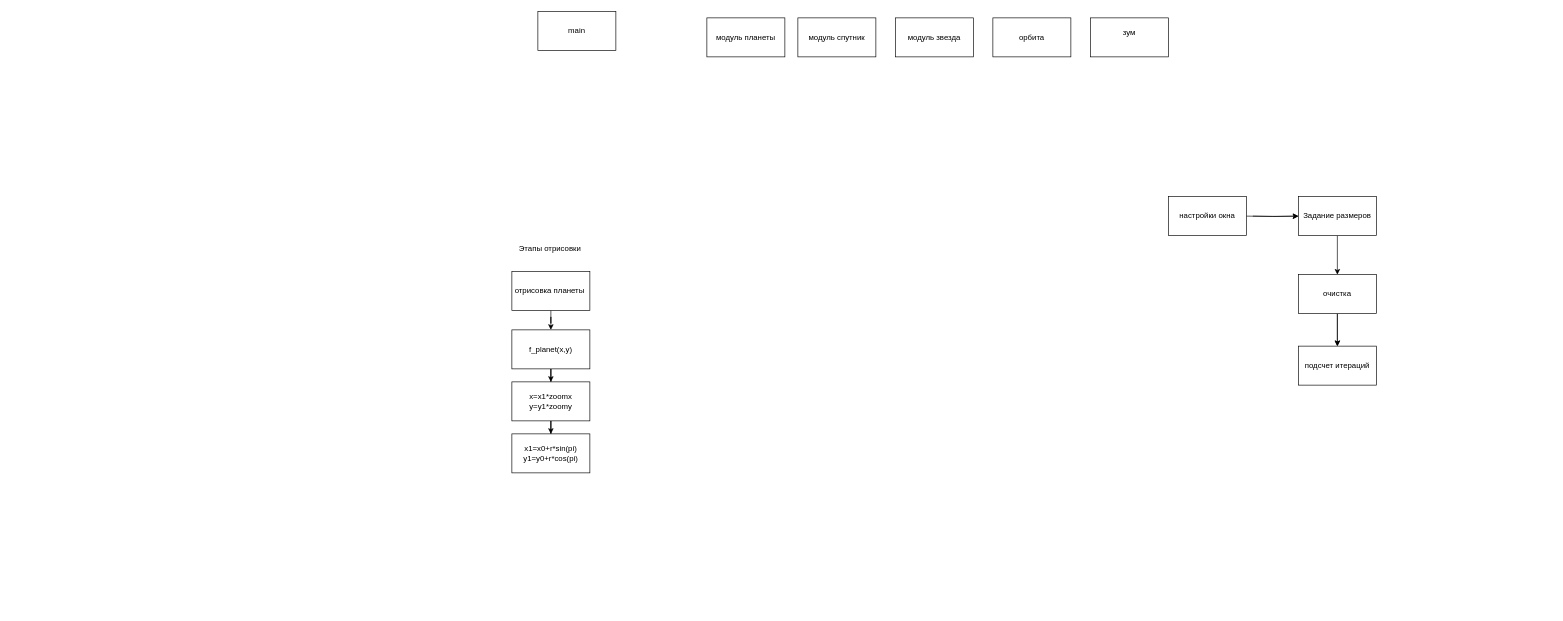
Janusz-Alexey/Draw_io keeps this draw.io diagram as pas_new.drawio. Above is the earlier version. Source tidied: cells renumbered, new cells numbered last; positions are measured from the earlier drawing's top-left corner, leaving out a move shared by most shapes. Both pictures are drawn from the tidied source at 65%, with x=0, y=0 at pixel (512, 11).
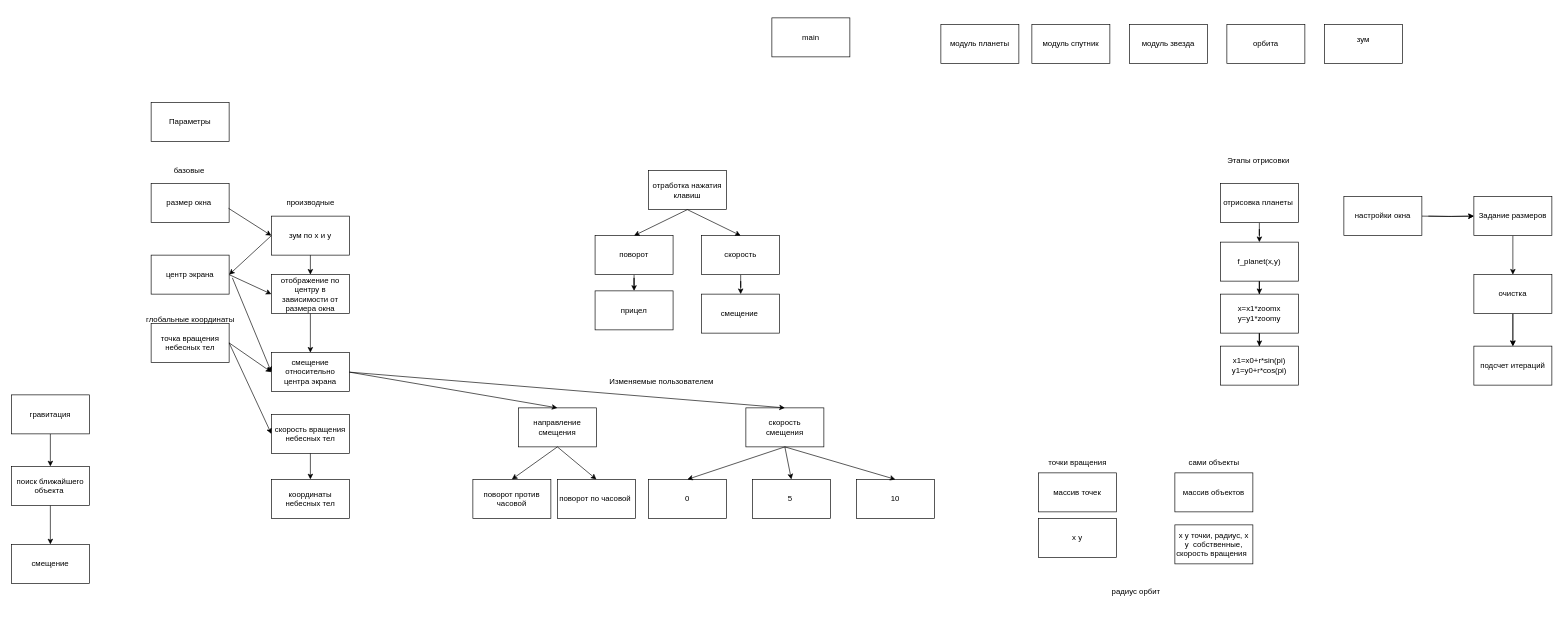
Above is the later version.

Diff of the diagram source:
```diff
@@
     <mxCell id="2" value="main" style="whiteSpace=wrap;html=1;" parent="1" vertex="1">
-      <mxGeometry x="40" width="120" height="60" as="geometry" />
+      <mxGeometry x="400" y="10" width="120" height="60" as="geometry" />
     </mxCell>
     <mxCell id="3" value="модуль планеты" style="whiteSpace=wrap;html=1;" parent="1" vertex="1">
-      <mxGeometry x="300" y="10" width="120" height="60" as="geometry" />
+      <mxGeometry x="660" y="20" width="120" height="60" as="geometry" />
     </mxCell>
     <mxCell id="4" value="модуль спутник" style="whiteSpace=wrap;html=1;" parent="1" vertex="1">
-      <mxGeometry x="440" y="10" width="120" height="60" as="geometry" />
+      <mxGeometry x="800" y="20" width="120" height="60" as="geometry" />
     </mxCell>
     <mxCell id="5" value="модуль звезда" style="whiteSpace=wrap;html=1;" parent="1" vertex="1">
-      <mxGeometry x="590" y="10" width="120" height="60" as="geometry" />
+      <mxGeometry x="950" y="20" width="120" height="60" as="geometry" />
     </mxCell>
     <mxCell id="6" value="орбита" style="whiteSpace=wrap;html=1;" parent="1" vertex="1">
-      <mxGeometry x="740" y="10" width="120" height="60" as="geometry" />
+      <mxGeometry x="1100" y="20" width="120" height="60" as="geometry" />
     </mxCell>
     <mxCell id="7" style="edgeStyle=orthogonalEdgeStyle;rounded=0;jettySize=auto;html=1;" parent="1" edge="1" target="23">
       <mxGeometry relative="1" as="geometry">
-        <mxPoint x="1140" y="315" as="sourcePoint" />
+        <mxPoint x="1410" y="315" as="sourcePoint" />
       </mxGeometry>
     </mxCell>
     <mxCell id="8" style="edgeStyle=orthogonalEdgeStyle;rounded=0;jettySize=auto;html=1;" parent="1" edge="1" target="23">
       <mxGeometry relative="1" as="geometry">
-        <mxPoint x="1130" y="315" as="sourcePoint" />
+        <mxPoint x="1400" y="315" as="sourcePoint" />
       </mxGeometry>
     </mxCell>
     <mxCell id="9" value="настройки окна" style="whiteSpace=wrap;html=1;" parent="1" vertex="1">
-      <mxGeometry x="1010" y="285" width="120" height="60" as="geometry" />
+      <mxGeometry x="1280" y="285" width="120" height="60" as="geometry" />
     </mxCell>
@@
     <mxCell id="12" value="очистка" style="whiteSpace=wrap;html=1;" parent="1" vertex="1">
-      <mxGeometry x="1210" y="405" width="120" height="60" as="geometry" />
+      <mxGeometry x="1480" y="405" width="120" height="60" as="geometry" />
     </mxCell>
     <mxCell id="13" value="зум&lt;div&gt;&lt;br&gt;&lt;/div&gt;" style="whiteSpace=wrap;html=1;" parent="1" vertex="1">
-      <mxGeometry x="890" y="10" width="120" height="60" as="geometry" />
+      <mxGeometry x="1250" y="20" width="120" height="60" as="geometry" />
     </mxCell>
@@
     <mxCell id="15" value="отрисовка планеты&amp;nbsp;" style="whiteSpace=wrap;html=1;" parent="1" vertex="1">
-      <mxGeometry y="400" width="120" height="60" as="geometry" />
+      <mxGeometry x="1090" y="265" width="120" height="60" as="geometry" />
     </mxCell>
@@
     <mxCell id="17" value="f_planet(x,y)" style="whiteSpace=wrap;html=1;" parent="1" vertex="1">
-      <mxGeometry y="490" width="120" height="60" as="geometry" />
+      <mxGeometry x="1090" y="355" width="120" height="60" as="geometry" />
     </mxCell>
@@
     <mxCell id="19" value="x=x1*zoomx&lt;br&gt;y=y1*zoomy" style="whiteSpace=wrap;html=1;" parent="1" vertex="1">
-      <mxGeometry y="570" width="120" height="60" as="geometry" />
+      <mxGeometry x="1090" y="435" width="120" height="60" as="geometry" />
     </mxCell>
     <mxCell id="20" value="x1=x0+r*sin(pi)&lt;br&gt;y1=y0+r*cos(pi)" style="whiteSpace=wrap;html=1;" parent="1" vertex="1">
-      <mxGeometry y="650" width="120" height="60" as="geometry" />
+      <mxGeometry x="1090" y="515" width="120" height="60" as="geometry" />
     </mxCell>
     <mxCell id="21" value="Этапы отрисовки&amp;nbsp;" style="text;html=1;align=center;verticalAlign=middle;strokeColor=none;fillColor=none;" parent="1" vertex="1">
-      <mxGeometry y="350" width="120" height="30" as="geometry" />
+      <mxGeometry x="1090" y="215" width="120" height="30" as="geometry" />
     </mxCell>
@@
     <mxCell id="23" value="Задание размеров" style="whiteSpace=wrap;html=1;" parent="1" vertex="1">
-      <mxGeometry x="1210" y="285" width="120" height="60" as="geometry" />
+      <mxGeometry x="1480" y="285" width="120" height="60" as="geometry" />
     </mxCell>
     <mxCell id="24" value="подсчет итераций" style="whiteSpace=wrap;html=1;strokeColor=light-dark(#000000,#990000);" parent="1" vertex="1">
-      <mxGeometry x="1210" y="515" width="120" height="60" as="geometry" />
+      <mxGeometry x="1480" y="515" width="120" height="60" as="geometry" />
     </mxCell>
+    <mxCell id="25" value="Параметры" style="whiteSpace=wrap;html=1;" parent="1" vertex="1">
+      <mxGeometry x="-555" y="140" width="120" height="60" as="geometry" />
+    </mxCell>
+    <mxCell id="26" value="размер окна&amp;nbsp;" style="whiteSpace=wrap;html=1;" parent="1" vertex="1">
+      <mxGeometry x="-555" y="265" width="120" height="60" as="geometry" />
+    </mxCell>
+    <mxCell id="27" value="зум по х и у" style="whiteSpace=wrap;html=1;" parent="1" vertex="1">
+      <mxGeometry x="-370" y="315" width="120" height="60" as="geometry" />
+    </mxCell>
+    <mxCell id="28" value="центр экрана" style="whiteSpace=wrap;html=1;" parent="1" vertex="1">
+      <mxGeometry x="-555" y="375" width="120" height="60" as="geometry" />
+    </mxCell>
+    <mxCell id="29" value="смещение относительно центра экрана" style="whiteSpace=wrap;html=1;" parent="1" vertex="1">
+      <mxGeometry x="-370" y="525" width="120" height="60" as="geometry" />
+    </mxCell>
+    <mxCell id="30" value="направление смещения" style="whiteSpace=wrap;html=1;" parent="1" vertex="1">
+      <mxGeometry x="10" y="610" width="120" height="60" as="geometry" />
+    </mxCell>
+    <mxCell id="31" value="скорость&lt;div&gt;смещения&lt;/div&gt;" style="whiteSpace=wrap;html=1;" parent="1" vertex="1">
+      <mxGeometry x="360" y="610" width="120" height="60" as="geometry" />
+    </mxCell>
+    <mxCell id="32" value="координаты небесных тел" style="whiteSpace=wrap;html=1;" parent="1" vertex="1">
+      <mxGeometry x="-370" y="720" width="120" height="60" as="geometry" />
+    </mxCell>
+    <mxCell id="33" value="точка вращения небесных тел" style="whiteSpace=wrap;html=1;" parent="1" vertex="1">
+      <mxGeometry x="-555" y="480" width="120" height="60" as="geometry" />
+    </mxCell>
+    <mxCell id="34" value="скорость вращения небесных тел" style="whiteSpace=wrap;html=1;" parent="1" vertex="1">
+      <mxGeometry x="-370" y="620" width="120" height="60" as="geometry" />
+    </mxCell>
+    <mxCell id="35" value="базовые&amp;nbsp;" style="text;html=1;align=center;verticalAlign=middle;strokeColor=none;fillColor=none;" parent="1" vertex="1">
+      <mxGeometry x="-530" y="230" width="70" height="30" as="geometry" />
+    </mxCell>
+    <mxCell id="36" value="производные" style="text;html=1;align=center;verticalAlign=middle;strokeColor=none;fillColor=none;" parent="1" vertex="1">
+      <mxGeometry x="-360" y="280" width="100" height="30" as="geometry" />
+    </mxCell>
+    <mxCell id="37" style="endArrow=classic;html=1;rounded=0;exitX=0.992;exitY=0.633;exitDx=0;exitDy=0;exitPerimeter=0;entryX=0;entryY=0.5;entryDx=0;entryDy=0;" parent="1" edge="1" source="26" target="27">
+      <mxGeometry relative="1" as="geometry" />
+    </mxCell>
+    <mxCell id="38" value="отображение по центру в зависимости от размера окна" style="whiteSpace=wrap;html=1;" parent="1" vertex="1">
+      <mxGeometry x="-370" y="405" width="120" height="60" as="geometry" />
+    </mxCell>
+    <mxCell id="39" style="endArrow=classic;html=1;rounded=0;exitX=0;exitY=0.5;exitDx=0;exitDy=0;entryX=1;entryY=0.5;entryDx=0;entryDy=0;" parent="1" edge="1" source="27" target="28">
+      <mxGeometry relative="1" as="geometry" />
+    </mxCell>
+    <mxCell id="40" style="endArrow=classic;html=1;rounded=0;exitX=1;exitY=0.5;exitDx=0;exitDy=0;entryX=0;entryY=0.5;entryDx=0;entryDy=0;" parent="1" edge="1" source="28" target="38">
+      <mxGeometry relative="1" as="geometry" />
+    </mxCell>
+    <mxCell id="41" style="endArrow=classic;html=1;rounded=0;exitX=1;exitY=0.5;exitDx=0;exitDy=0;entryX=0;entryY=0.5;entryDx=0;entryDy=0;" parent="1" edge="1" source="33" target="29">
+      <mxGeometry relative="1" as="geometry" />
+    </mxCell>
+    <mxCell id="42" style="endArrow=classic;html=1;rounded=0;entryX=0;entryY=0.5;entryDx=0;entryDy=0;" parent="1" edge="1" target="29">
+      <mxGeometry relative="1" as="geometry">
+        <mxPoint x="-430" y="410" as="sourcePoint" />
+      </mxGeometry>
+    </mxCell>
+    <mxCell id="43" value="Изменяемые пользователем" style="text;html=1;align=center;verticalAlign=middle;strokeColor=none;fillColor=none;" parent="1" vertex="1">
+      <mxGeometry x="140" y="555" width="180" height="30" as="geometry" />
+    </mxCell>
+    <mxCell id="44" style="endArrow=classic;html=1;rounded=0;exitX=1;exitY=0.5;exitDx=0;exitDy=0;entryX=0.5;entryY=0;entryDx=0;entryDy=0;" parent="1" edge="1" source="29" target="30">
+      <mxGeometry relative="1" as="geometry" />
+    </mxCell>
+    <mxCell id="45" style="endArrow=classic;html=1;rounded=0;exitX=1;exitY=0.5;exitDx=0;exitDy=0;entryX=0.5;entryY=0;entryDx=0;entryDy=0;" parent="1" edge="1" source="29" target="31">
+      <mxGeometry relative="1" as="geometry" />
+    </mxCell>
+    <mxCell id="46" value="поворот по часовой&amp;nbsp;" style="whiteSpace=wrap;html=1;" parent="1" vertex="1">
+      <mxGeometry x="70" y="720" width="120" height="60" as="geometry" />
+    </mxCell>
+    <mxCell id="47" value="поворот против часовой" style="whiteSpace=wrap;html=1;" parent="1" vertex="1">
+      <mxGeometry x="-60" y="720" width="120" height="60" as="geometry" />
+    </mxCell>
+    <mxCell id="48" style="endArrow=classic;html=1;rounded=0;exitX=0.5;exitY=1;exitDx=0;exitDy=0;entryX=0.5;entryY=0;entryDx=0;entryDy=0;" parent="1" edge="1" source="30" target="47">
+      <mxGeometry relative="1" as="geometry" />
+    </mxCell>
+    <mxCell id="49" style="endArrow=classic;html=1;rounded=0;exitX=0.5;exitY=1;exitDx=0;exitDy=0;entryX=0.5;entryY=0;entryDx=0;entryDy=0;" parent="1" edge="1" source="30" target="46">
+      <mxGeometry relative="1" as="geometry" />
+    </mxCell>
+    <mxCell id="50" value="0" style="whiteSpace=wrap;html=1;" parent="1" vertex="1">
+      <mxGeometry x="210" y="720" width="120" height="60" as="geometry" />
+    </mxCell>
+    <mxCell id="51" value="5&amp;nbsp;" style="whiteSpace=wrap;html=1;" parent="1" vertex="1">
+      <mxGeometry x="370" y="720" width="120" height="60" as="geometry" />
+    </mxCell>
+    <mxCell id="52" value="10" style="whiteSpace=wrap;html=1;" parent="1" vertex="1">
+      <mxGeometry x="530" y="720" width="120" height="60" as="geometry" />
+    </mxCell>
+    <mxCell id="53" style="endArrow=classic;html=1;rounded=0;exitX=0.5;exitY=1;exitDx=0;exitDy=0;entryX=0.5;entryY=0;entryDx=0;entryDy=0;" parent="1" edge="1" source="31" target="50">
+      <mxGeometry relative="1" as="geometry" />
+    </mxCell>
+    <mxCell id="54" style="endArrow=classic;html=1;rounded=0;entryX=0.5;entryY=0;entryDx=0;entryDy=0;exitX=0.5;exitY=1;exitDx=0;exitDy=0;" parent="1" edge="1" source="31" target="51">
+      <mxGeometry relative="1" as="geometry" />
+    </mxCell>
+    <mxCell id="55" style="endArrow=classic;html=1;rounded=0;exitX=0.5;exitY=1;exitDx=0;exitDy=0;entryX=0.5;entryY=0;entryDx=0;entryDy=0;" parent="1" edge="1" source="31" target="52">
+      <mxGeometry relative="1" as="geometry" />
+    </mxCell>
+    <mxCell id="56" style="endArrow=classic;html=1;rounded=0;exitX=0.5;exitY=1;exitDx=0;exitDy=0;entryX=0.5;entryY=0;entryDx=0;entryDy=0;" parent="1" edge="1" source="27" target="38">
+      <mxGeometry relative="1" as="geometry" />
+    </mxCell>
+    <mxCell id="57" style="endArrow=classic;html=1;rounded=0;exitX=0.5;exitY=1;exitDx=0;exitDy=0;entryX=0.5;entryY=0;entryDx=0;entryDy=0;" parent="1" edge="1" source="38" target="29">
+      <mxGeometry relative="1" as="geometry" />
+    </mxCell>
+    <mxCell id="58" style="endArrow=classic;html=1;rounded=0;exitX=1;exitY=0.5;exitDx=0;exitDy=0;entryX=0;entryY=0.5;entryDx=0;entryDy=0;" parent="1" edge="1" source="33" target="34">
+      <mxGeometry relative="1" as="geometry" />
+    </mxCell>
+    <mxCell id="59" style="endArrow=classic;html=1;rounded=0;exitX=0.5;exitY=1;exitDx=0;exitDy=0;entryX=0.5;entryY=0;entryDx=0;entryDy=0;" parent="1" edge="1" source="34" target="32">
+      <mxGeometry relative="1" as="geometry" />
+    </mxCell>
+    <mxCell id="60" value="глобальные координаты" style="text;html=1;align=center;verticalAlign=middle;strokeColor=none;fillColor=none;" parent="1" vertex="1">
+      <mxGeometry x="-575" y="460" width="160" height="30" as="geometry" />
+    </mxCell>
+    <mxCell id="61" value="отработка нажатия клавиш" style="whiteSpace=wrap;html=1;" parent="1" vertex="1">
+      <mxGeometry x="210" y="245" width="120" height="60" as="geometry" />
+    </mxCell>
+    <mxCell id="62" style="edgeStyle=orthogonalEdgeStyle;rounded=0;jettySize=auto;html=1;" parent="1" edge="1" source="63" target="73">
+      <mxGeometry relative="1" as="geometry" />
+    </mxCell>
+    <mxCell id="63" value="поворот" style="whiteSpace=wrap;html=1;" parent="1" vertex="1">
+      <mxGeometry x="128" y="345" width="120" height="60" as="geometry" />
+    </mxCell>
+    <mxCell id="64" style="edgeStyle=orthogonalEdgeStyle;rounded=0;jettySize=auto;html=1;" parent="1" edge="1" source="65" target="74">
+      <mxGeometry relative="1" as="geometry" />
+    </mxCell>
+    <mxCell id="65" value="скорость" style="whiteSpace=wrap;html=1;" parent="1" vertex="1">
+      <mxGeometry x="292" y="345" width="120" height="60" as="geometry" />
+    </mxCell>
+    <mxCell id="66" style="endArrow=classic;html=1;rounded=0;exitX=0.5;exitY=1;exitDx=0;exitDy=0;entryX=0.5;entryY=0;entryDx=0;entryDy=0;" parent="1" edge="1" source="61" target="65">
+      <mxGeometry relative="1" as="geometry" />
+    </mxCell>
+    <mxCell id="67" style="endArrow=classic;html=1;rounded=0;entryX=0.5;entryY=0;entryDx=0;entryDy=0;exitX=0.5;exitY=1;exitDx=0;exitDy=0;" parent="1" edge="1" source="61" target="63">
+      <mxGeometry relative="1" as="geometry" />
+    </mxCell>
+    <mxCell id="68" style="edgeStyle=orthogonalEdgeStyle;rounded=0;jettySize=auto;html=1;" parent="1" edge="1" source="69" target="71">
+      <mxGeometry relative="1" as="geometry" />
+    </mxCell>
+    <mxCell id="69" value="гравитация" style="whiteSpace=wrap;html=1;" parent="1" vertex="1">
+      <mxGeometry x="-770" y="590" width="120" height="60" as="geometry" />
+    </mxCell>
+    <mxCell id="70" style="edgeStyle=orthogonalEdgeStyle;rounded=0;jettySize=auto;html=1;" parent="1" edge="1" source="71" target="72">
+      <mxGeometry relative="1" as="geometry" />
+    </mxCell>
+    <mxCell id="71" value="поиск ближайшего объекта&amp;nbsp;" style="whiteSpace=wrap;html=1;" parent="1" vertex="1">
+      <mxGeometry x="-770" y="700" width="120" height="60" as="geometry" />
+    </mxCell>
+    <mxCell id="72" value="смещение" style="whiteSpace=wrap;html=1;" parent="1" vertex="1">
+      <mxGeometry x="-770" y="820" width="120" height="60" as="geometry" />
+    </mxCell>
+    <mxCell id="73" value="прицел" style="whiteSpace=wrap;html=1;" parent="1" vertex="1">
+      <mxGeometry x="128" y="430" width="120" height="60" as="geometry" />
+    </mxCell>
+    <mxCell id="74" value="смещение&amp;nbsp;" style="whiteSpace=wrap;html=1;" parent="1" vertex="1">
+      <mxGeometry x="292" y="435" width="120" height="60" as="geometry" />
+    </mxCell>
+    <mxCell id="75" value="массив точек" style="whiteSpace=wrap;html=1;" parent="1" vertex="1">
+      <mxGeometry x="810" y="710" width="120" height="60" as="geometry" />
+    </mxCell>
+    <mxCell id="76" value="массив объектов" style="whiteSpace=wrap;html=1;" parent="1" vertex="1">
+      <mxGeometry x="1020" y="710" width="120" height="60" as="geometry" />
+    </mxCell>
+    <mxCell id="77" value="x y" style="whiteSpace=wrap;html=1;" parent="1" vertex="1">
+      <mxGeometry x="810" y="780" width="120" height="60" as="geometry" />
+    </mxCell>
+    <mxCell id="78" value="x y точки, радиус, x y&amp;nbsp; собственные, скорость вращения&amp;nbsp;&amp;nbsp;" style="whiteSpace=wrap;html=1;" parent="1" vertex="1">
+      <mxGeometry x="1020" y="790" width="120" height="60" as="geometry" />
+    </mxCell>
+    <mxCell id="79" value="точки вращения" style="text;html=1;align=center;verticalAlign=middle;strokeColor=none;fillColor=none;" parent="1" vertex="1">
+      <mxGeometry x="815" y="680" width="110" height="30" as="geometry" />
+    </mxCell>
+    <mxCell id="80" value="сами объекты" style="text;html=1;align=center;verticalAlign=middle;strokeColor=none;fillColor=none;" parent="1" vertex="1">
+      <mxGeometry x="1030" y="680" width="100" height="30" as="geometry" />
+    </mxCell>
+    <mxCell id="81" value="радиус орбит&lt;div&gt;&lt;br&gt;&lt;/div&gt;" style="text;html=1;align=center;verticalAlign=middle;strokeColor=none;fillColor=none;" parent="1" vertex="1">
+      <mxGeometry x="910" y="880" width="100" height="40" as="geometry" />
+    </mxCell>
```
